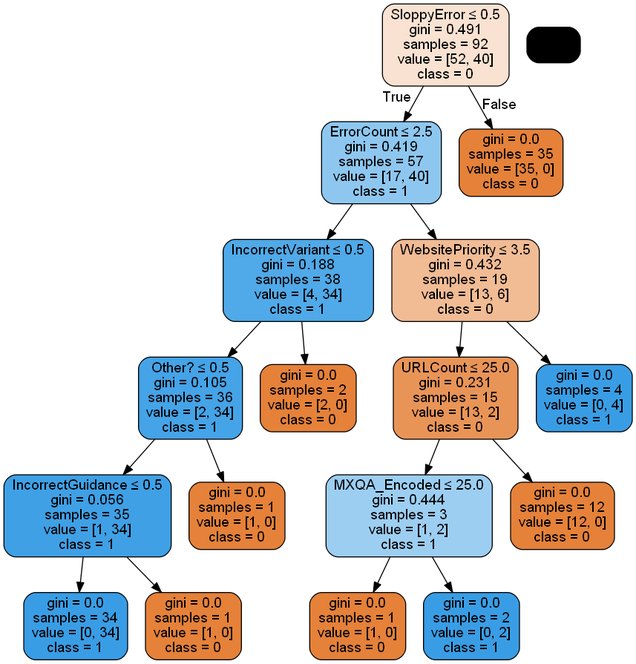
The Graphviz diagram tree_2.png in Yumil22/Curso_Python, before a commit. Its source is kept beside it as tree_2.dot.
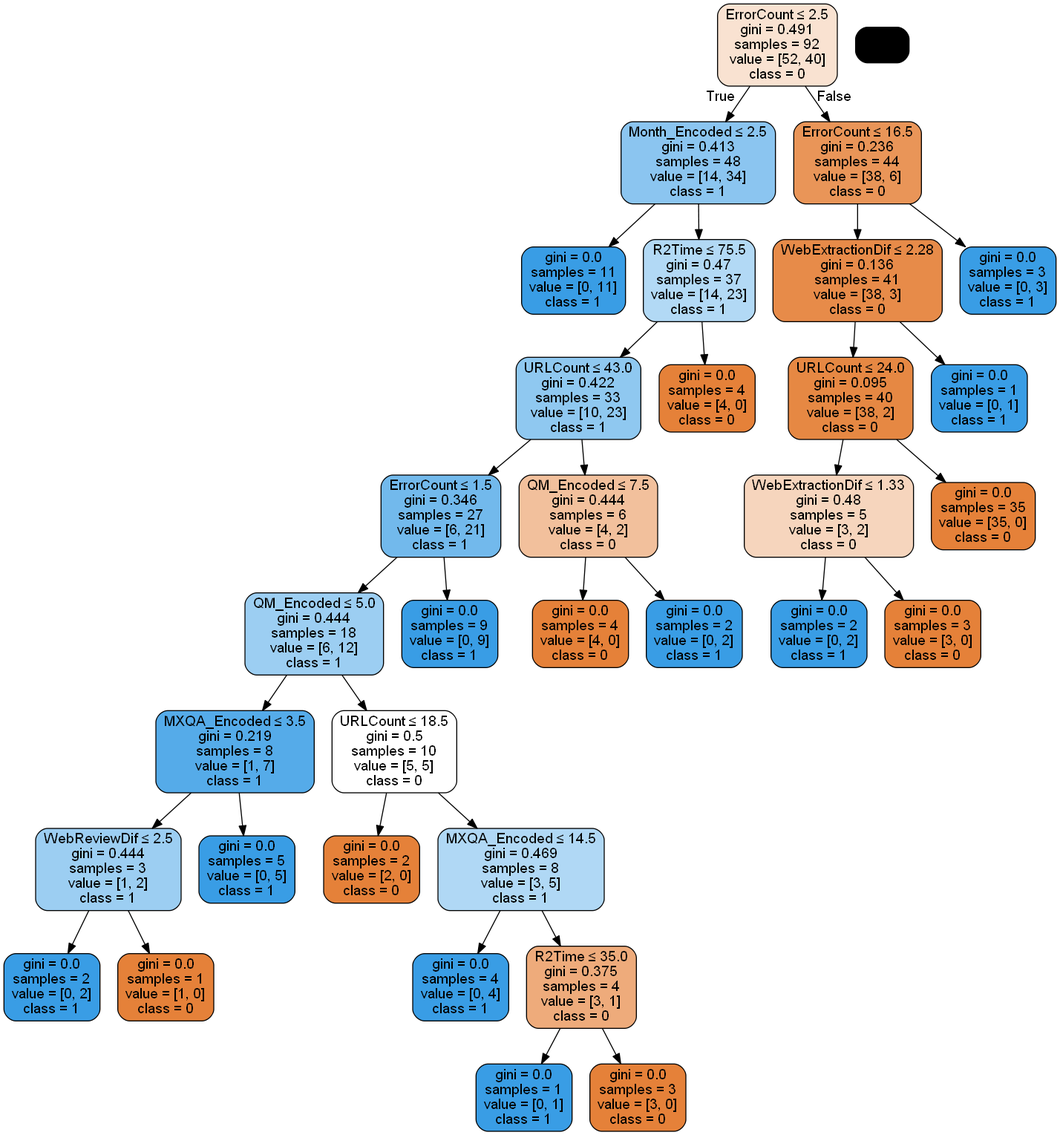
The same file after the commit.

Diff of the diagram source:
```diff
@@ -1,36 +1,68 @@
 digraph Tree {
 node [shape=box] ;
-0 [label="SloppyError <= 0.5\ngini = 0.491\nsamples = 92\nvalue = [52, 40]"] ;
-1 [label="ErrorCount <= 2.5\ngini = 0.419\nsamples = 57\nvalue = [17, 40]"] ;
+0 [label="ErrorCount <= 2.5\ngini = 0.491\nsamples = 92\nvalue = [52, 40]"] ;
+1 [label="Month_Encoded <= 2.5\ngini = 0.413\nsamples = 48\nvalue = [14, 34]"] ;
 0 -> 1 [labeldistance=2.5, labelangle=45, headlabel="True"] ;
-2 [label="IncorrectVariant <= 0.5\ngini = 0.188\nsamples = 38\nvalue = [4, 34]"] ;
+2 [label="gini = 0.0\nsamples = 11\nvalue = [0, 11]"] ;
 1 -> 2 ;
-3 [label="Other? <= 0.5\ngini = 0.105\nsamples = 36\nvalue = [2, 34]"] ;
-2 -> 3 ;
-4 [label="IncorrectGuidance <= 0.5\ngini = 0.056\nsamples = 35\nvalue = [1, 34]"] ;
+3 [label="R2Time <= 75.5\ngini = 0.47\nsamples = 37\nvalue = [14, 23]"] ;
+1 -> 3 ;
+4 [label="URLCount <= 43.0\ngini = 0.422\nsamples = 33\nvalue = [10, 23]"] ;
 3 -> 4 ;
-5 [label="gini = 0.0\nsamples = 34\nvalue = [0, 34]"] ;
+5 [label="ErrorCount <= 1.5\ngini = 0.346\nsamples = 27\nvalue = [6, 21]"] ;
 4 -> 5 ;
-6 [label="gini = 0.0\nsamples = 1\nvalue = [1, 0]"] ;
-4 -> 6 ;
-7 [label="gini = 0.0\nsamples = 1\nvalue = [1, 0]"] ;
-3 -> 7 ;
-8 [label="gini = 0.0\nsamples = 2\nvalue = [2, 0]"] ;
-2 -> 8 ;
-9 [label="WebsitePriority <= 3.5\ngini = 0.432\nsamples = 19\nvalue = [13, 6]"] ;
-1 -> 9 ;
-10 [label="URLCount <= 25.0\ngini = 0.231\nsamples = 15\nvalue = [13, 2]"] ;
-9 -> 10 ;
-11 [label="MXQA_Encoded <= 25.0\ngini = 0.444\nsamples = 3\nvalue = [1, 2]"] ;
-10 -> 11 ;
-12 [label="gini = 0.0\nsamples = 1\nvalue = [1, 0]"] ;
-11 -> 12 ;
-13 [label="gini = 0.0\nsamples = 2\nvalue = [0, 2]"] ;
-11 -> 13 ;
-14 [label="gini = 0.0\nsamples = 12\nvalue = [12, 0]"] ;
-10 -> 14 ;
+6 [label="QM_Encoded <= 5.0\ngini = 0.444\nsamples = 18\nvalue = [6, 12]"] ;
+5 -> 6 ;
+7 [label="MXQA_Encoded <= 3.5\ngini = 0.219\nsamples = 8\nvalue = [1, 7]"] ;
+6 -> 7 ;
+8 [label="WebReviewDif <= 2.5\ngini = 0.444\nsamples = 3\nvalue = [1, 2]"] ;
+7 -> 8 ;
+9 [label="gini = 0.0\nsamples = 2\nvalue = [0, 2]"] ;
+8 -> 9 ;
+10 [label="gini = 0.0\nsamples = 1\nvalue = [1, 0]"] ;
+8 -> 10 ;
+11 [label="gini = 0.0\nsamples = 5\nvalue = [0, 5]"] ;
+7 -> 11 ;
+12 [label="URLCount <= 18.5\ngini = 0.5\nsamples = 10\nvalue = [5, 5]"] ;
+6 -> 12 ;
+13 [label="gini = 0.0\nsamples = 2\nvalue = [2, 0]"] ;
+12 -> 13 ;
+14 [label="MXQA_Encoded <= 14.5\ngini = 0.469\nsamples = 8\nvalue = [3, 5]"] ;
+12 -> 14 ;
 15 [label="gini = 0.0\nsamples = 4\nvalue = [0, 4]"] ;
-9 -> 15 ;
-16 [label="gini = 0.0\nsamples = 35\nvalue = [35, 0]"] ;
-0 -> 16 [labeldistance=2.5, labelangle=-45, headlabel="False"] ;
+14 -> 15 ;
+16 [label="R2Time <= 35.0\ngini = 0.375\nsamples = 4\nvalue = [3, 1]"] ;
+14 -> 16 ;
+17 [label="gini = 0.0\nsamples = 1\nvalue = [0, 1]"] ;
+16 -> 17 ;
+18 [label="gini = 0.0\nsamples = 3\nvalue = [3, 0]"] ;
+16 -> 18 ;
+19 [label="gini = 0.0\nsamples = 9\nvalue = [0, 9]"] ;
+5 -> 19 ;
+20 [label="QM_Encoded <= 7.5\ngini = 0.444\nsamples = 6\nvalue = [4, 2]"] ;
+4 -> 20 ;
+21 [label="gini = 0.0\nsamples = 4\nvalue = [4, 0]"] ;
+20 -> 21 ;
+22 [label="gini = 0.0\nsamples = 2\nvalue = [0, 2]"] ;
+20 -> 22 ;
+23 [label="gini = 0.0\nsamples = 4\nvalue = [4, 0]"] ;
+3 -> 23 ;
+24 [label="ErrorCount <= 16.5\ngini = 0.236\nsamples = 44\nvalue = [38, 6]"] ;
+0 -> 24 [labeldistance=2.5, labelangle=-45, headlabel="False"] ;
+25 [label="WebExtractionDif <= 2.28\ngini = 0.136\nsamples = 41\nvalue = [38, 3]"] ;
+24 -> 25 ;
+26 [label="URLCount <= 24.0\ngini = 0.095\nsamples = 40\nvalue = [38, 2]"] ;
+25 -> 26 ;
+27 [label="WebExtractionDif <= 1.33\ngini = 0.48\nsamples = 5\nvalue = [3, 2]"] ;
+26 -> 27 ;
+28 [label="gini = 0.0\nsamples = 2\nvalue = [0, 2]"] ;
+27 -> 28 ;
+29 [label="gini = 0.0\nsamples = 3\nvalue = [3, 0]"] ;
+27 -> 29 ;
+30 [label="gini = 0.0\nsamples = 35\nvalue = [35, 0]"] ;
+26 -> 30 ;
+31 [label="gini = 0.0\nsamples = 1\nvalue = [0, 1]"] ;
+25 -> 31 ;
+32 [label="gini = 0.0\nsamples = 3\nvalue = [0, 3]"] ;
+24 -> 32 ;
 }
```
